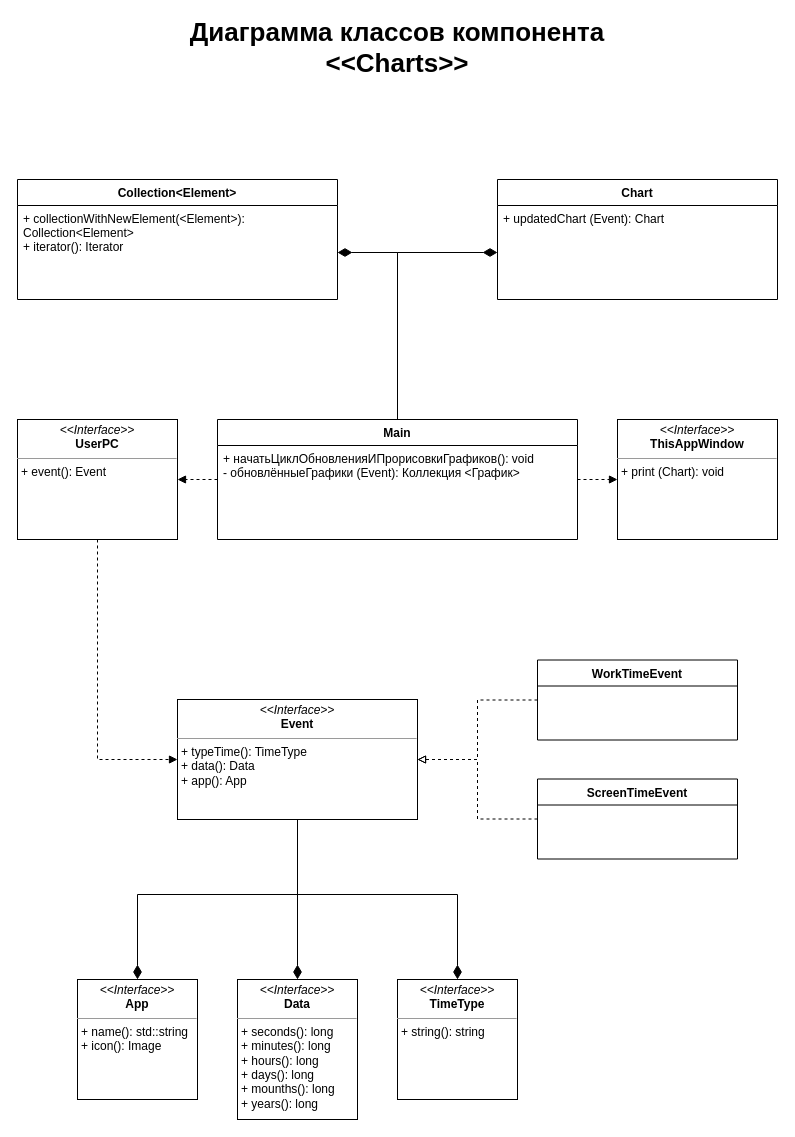
WinstonMDP/Profiler keeps this draw.io diagram as page "Диаграмма классов компонента <<Графики>>" (4 of 4) of Specification.drawio. Above is the earlier version. Source tidied: cells renumbered, new cells numbered last; positions are measured from the earlier drawing's top-left corner, leaving out a move shared by most shapes. Both pictures are drawn from the tidied source at 100%, with x=0, y=0 at pixel (17, 29).
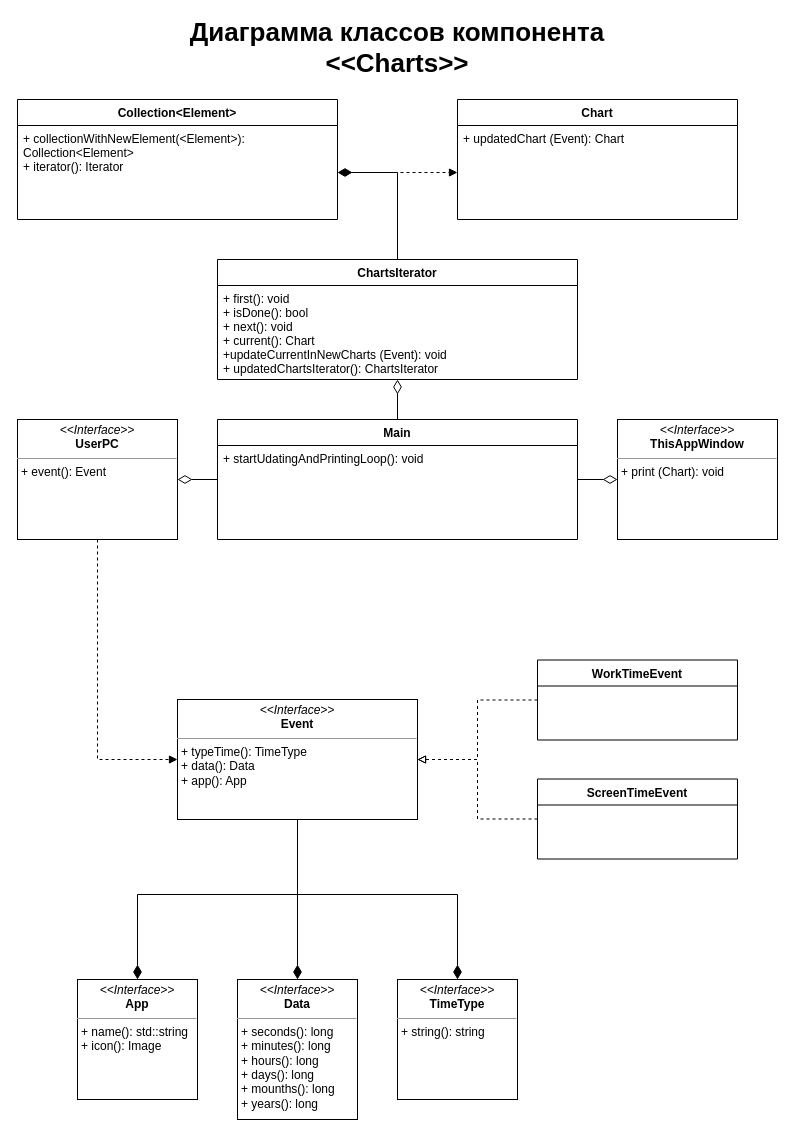
The same page after the edit.

Commit message (it also covers changes not shown here):
add and docs(Charts.cpp and Specification): add Main code and rewrite class diagramm of the component <<charts>>

The change refers to these unchanged cells:
```xml
<mxCell id="10" value="&lt;p style=&quot;margin: 0px ; margin-top: 4px ; text-align: center&quot;&gt;&lt;i&gt;&amp;lt;&amp;lt;Interface&amp;gt;&amp;gt;&lt;/i&gt;&lt;br&gt;&lt;b&gt;UserPC&lt;/b&gt;&lt;/p&gt;&lt;hr size=&quot;1&quot;&gt;&lt;p style=&quot;margin: 0px ; margin-left: 4px&quot;&gt;+ event(): Event&lt;/p&gt;" style="verticalAlign=top;align=left;overflow=fill;fontSize=12;fontFamily=Helvetica;html=1;" parent="1" vertex="1">
  <mxGeometry y="390" width="160" height="120" as="geometry" />
</mxCell>
<mxCell id="11" value="&lt;p style=&quot;margin: 0px ; margin-top: 4px ; text-align: center&quot;&gt;&lt;i&gt;&amp;lt;&amp;lt;Interface&amp;gt;&amp;gt;&lt;/i&gt;&lt;br&gt;&lt;b&gt;ThisAppWindow&lt;/b&gt;&lt;/p&gt;&lt;hr size=&quot;1&quot;&gt;&lt;p style=&quot;margin: 0px ; margin-left: 4px&quot;&gt;+ print (Chart): void&lt;/p&gt;" style="verticalAlign=top;align=left;overflow=fill;fontSize=12;fontFamily=Helvetica;html=1;" parent="1" vertex="1">
  <mxGeometry x="600" y="390" width="160" height="120" as="geometry" />
</mxCell>
<mxCell id="17" value="+ updatedChart (Event): Chart" style="text;strokeColor=none;fillColor=none;align=left;verticalAlign=top;spacingLeft=4;spacingRight=4;overflow=hidden;points=[[0,0.5],[1,0.5]];portConstraint=eastwest;" parent="16" vertex="1">
  <mxGeometry y="26" width="280" height="94" as="geometry" />
</mxCell>
<mxCell id="22" value="Main" style="swimlane;fontStyle=1;align=center;verticalAlign=top;horizontal=1;startSize=26;" parent="1" vertex="1">
  <mxGeometry x="200" y="390" width="360" height="120" as="geometry" />
</mxCell>
<mxCell id="25" value="+ collectionWithNewElement(&lt;Element&gt;): &#10;Collection&lt;Element&gt;&#10;+ iterator(): Iterator" style="text;strokeColor=none;fillColor=none;align=left;verticalAlign=top;spacingLeft=4;spacingRight=4;overflow=hidden;points=[[0,0.5],[1,0.5]];portConstraint=eastwest;" parent="24" vertex="1">
  <mxGeometry y="26" width="320" height="94" as="geometry" />
</mxCell>
```

Diff of the diagram source:
```diff
@@
     <mxCell id="16" value="Chart" style="swimlane;fontStyle=1;align=center;verticalAlign=top;horizontal=1;startSize=26;" parent="1" vertex="1">
-      <mxGeometry x="480" y="150" width="280" height="120" as="geometry" />
+      <mxGeometry x="440" y="70" width="280" height="120" as="geometry" />
     </mxCell>
@@
+    <mxCell id="27" style="edgeStyle=orthogonalEdgeStyle;rounded=0;jettySize=auto;html=1;entryX=0.5;entryY=1;entryDx=0;entryDy=0;entryPerimeter=0;endArrow=diamondThin;endFill=0;startSize=6;endSize=12;" parent="1" edge="1" source="22" target="31">
+      <mxGeometry relative="1" as="geometry" />
+    </mxCell>
-    <mxCell id="18" style="edgeStyle=orthogonalEdgeStyle;rounded=0;jettySize=auto;html=1;entryX=1;entryY=0.5;entryDx=0;entryDy=0;dashed=1;endArrow=block;endFill=1;" parent="1" edge="1" source="22" target="10">
+    <mxCell id="18" style="edgeStyle=orthogonalEdgeStyle;rounded=0;jettySize=auto;html=1;entryX=1;entryY=0.5;entryDx=0;entryDy=0;endArrow=diamondThin;endFill=0;startSize=6;endSize=12;" parent="1" edge="1" source="22" target="10">
       <mxGeometry relative="1" as="geometry" />
     </mxCell>
-    <mxCell id="19" style="edgeStyle=orthogonalEdgeStyle;rounded=0;jettySize=auto;html=1;entryX=0;entryY=0.5;entryDx=0;entryDy=0;dashed=1;endArrow=block;endFill=1;" parent="1" edge="1" source="22" target="11">
+    <mxCell id="19" style="edgeStyle=orthogonalEdgeStyle;rounded=0;jettySize=auto;html=1;entryX=0;entryY=0.5;entryDx=0;entryDy=0;endArrow=diamondThin;endFill=0;startSize=6;endSize=12;" parent="1" edge="1" source="22" target="11">
       <mxGeometry relative="1" as="geometry" />
     </mxCell>
-    <mxCell id="20" style="edgeStyle=orthogonalEdgeStyle;rounded=0;jettySize=auto;html=1;entryX=1;entryY=0.5;entryDx=0;entryDy=0;endArrow=diamondThin;endFill=1;endSize=12;" parent="1" edge="1" source="22" target="25">
-      <mxGeometry relative="1" as="geometry" />
-    </mxCell>
-    <mxCell id="21" style="edgeStyle=orthogonalEdgeStyle;rounded=0;jettySize=auto;html=1;entryX=0;entryY=0.5;entryDx=0;entryDy=0;endArrow=diamondThin;endFill=1;endSize=12;" parent="1" edge="1" source="22" target="17">
-      <mxGeometry relative="1" as="geometry" />
-    </mxCell>
@@
-    <mxCell id="23" value="+ начатьЦиклОбновленияИПрорисовкиГрафиков(): void&#10;- обновлённыеГрафики (Еvent): Коллекция &lt;График&gt;" style="text;strokeColor=none;fillColor=none;align=left;verticalAlign=top;spacingLeft=4;spacingRight=4;overflow=hidden;" parent="22" vertex="1">
+    <mxCell id="23" value="+ startUdatingAndPrintingLoop(): void" style="text;strokeColor=none;fillColor=none;align=left;verticalAlign=top;spacingLeft=4;spacingRight=4;overflow=hidden;" parent="22" vertex="1">
       <mxGeometry y="26" width="360" height="94" as="geometry" />
     </mxCell>
     <mxCell id="24" value="Collection&lt;Element&gt;" style="swimlane;fontStyle=1;align=center;verticalAlign=top;horizontal=1;startSize=26;" parent="1" vertex="1">
-      <mxGeometry y="150" width="320" height="120" as="geometry" />
+      <mxGeometry y="70" width="320" height="120" as="geometry" />
     </mxCell>
@@
+    <mxCell id="28" style="edgeStyle=orthogonalEdgeStyle;rounded=0;jettySize=auto;html=1;entryX=1;entryY=0.5;entryDx=0;entryDy=0;endArrow=diamondThin;endFill=1;startSize=6;endSize=12;" parent="1" edge="1" source="30" target="25">
+      <mxGeometry relative="1" as="geometry" />
+    </mxCell>
+    <mxCell id="29" style="edgeStyle=orthogonalEdgeStyle;rounded=0;jettySize=auto;html=1;entryX=0;entryY=0.5;entryDx=0;entryDy=0;endArrow=block;endFill=1;startSize=6;endSize=6;dashed=1;" parent="1" edge="1" source="30" target="17">
+      <mxGeometry relative="1" as="geometry" />
+    </mxCell>
+    <mxCell id="30" value="ChartsIterator" style="swimlane;fontStyle=1;align=center;verticalAlign=top;horizontal=1;startSize=26;" parent="1" vertex="1">
+      <mxGeometry x="200" y="230" width="360" height="120" as="geometry" />
+    </mxCell>
+    <mxCell id="31" value="+ first(): void&#10;+ isDone(): bool&#10;+ next(): void&#10;+ current(): Chart&#10;+updateCurrentInNewCharts (Event): void&#10;+ updatedChartsIterator(): ChartsIterator" style="text;strokeColor=none;fillColor=none;align=left;verticalAlign=top;spacingLeft=4;spacingRight=4;overflow=hidden;points=[[0,0.5],[1,0.5]];portConstraint=eastwest;" parent="30" vertex="1">
+      <mxGeometry y="26" width="360" height="94" as="geometry" />
+    </mxCell>
```
